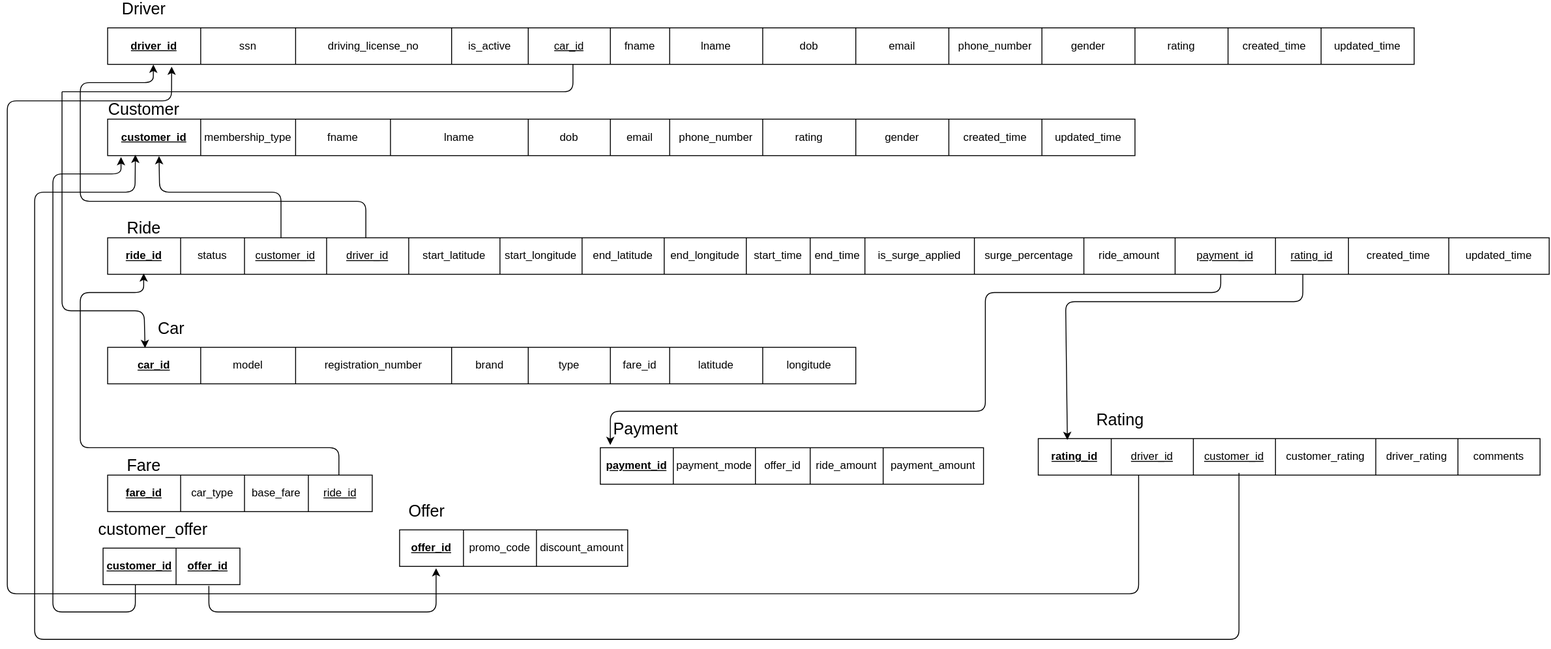
Before: ER Schema.svg, a diagram exported from draw.io (NandhiniPeriyasamy13/Uber-backend-database-design). Source tidied: cells renumbered, new cells last; positions are measured from the earlier drawing's top-left corner, leaving out a move shared by most shapes.
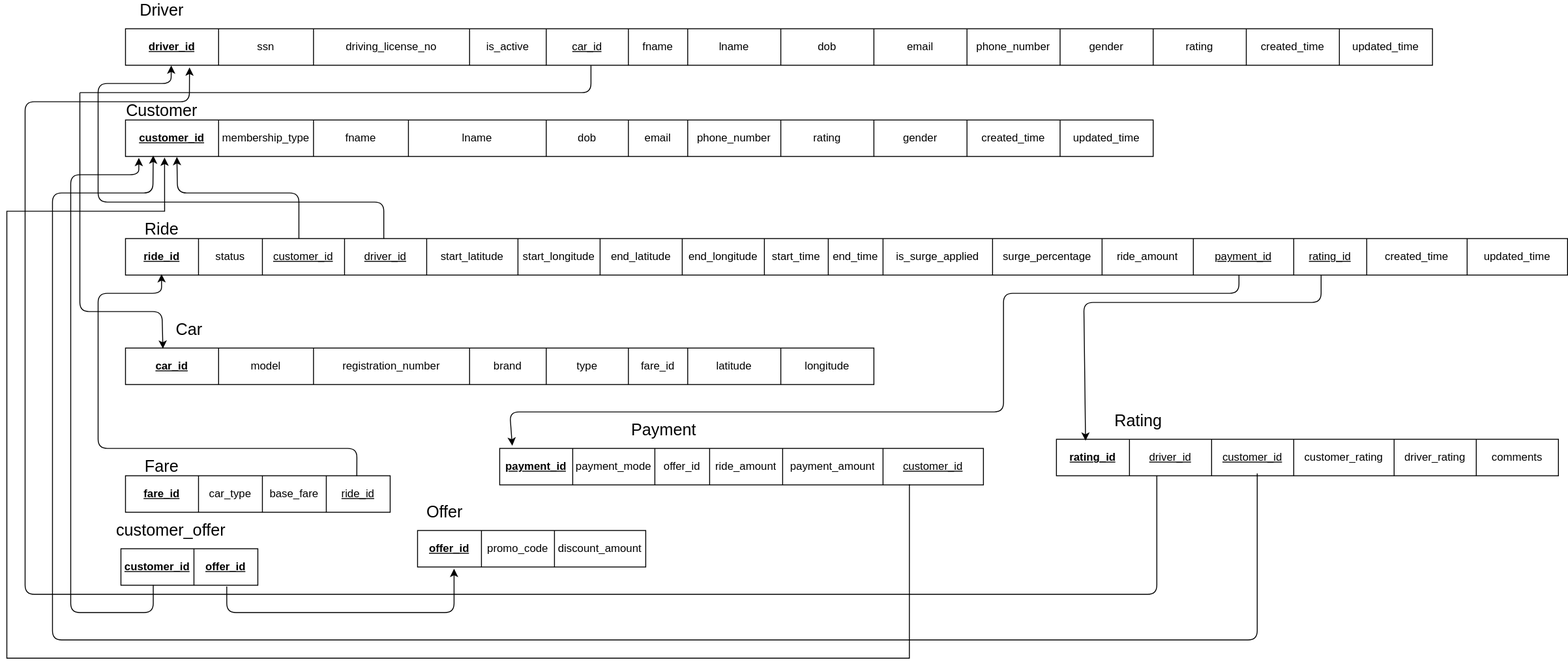
After the commit.

What changed in the source:
```diff
@@ -210,10 +210,10 @@
       <mxGeometry x="150" width="100" height="40" as="geometry" />
     </mxCell>
     <mxCell id="71" style="shape=table;html=1;whiteSpace=wrap;startSize=0;" parent="1" vertex="1">
-      <mxGeometry x="650" y="490" width="420" height="40" as="geometry" />
+      <mxGeometry x="520" y="490" width="530" height="40" as="geometry" />
     </mxCell>
     <mxCell id="72" style="shape=partialRectangle;html=1;whiteSpace=wrap;fillColor=none;top=0;left=0;bottom=0;right=0;points=[[0,0.5],[1,0.5]];portConstraint=eastwest;" parent="71" vertex="1">
-      <mxGeometry width="420" height="40" as="geometry" />
+      <mxGeometry width="530" height="40" as="geometry" />
     </mxCell>
     <mxCell id="73" value="&lt;u&gt;&lt;b&gt;payment_id&lt;/b&gt;&lt;/u&gt;" style="shape=partialRectangle;html=1;whiteSpace=wrap;fillColor=none;top=0;left=0;bottom=0;right=0;overflow=hidden;" parent="72" vertex="1">
       <mxGeometry width="80" height="40" as="geometry" />
@@ -230,6 +230,9 @@
     <mxCell id="77" value="payment_amount" style="shape=partialRectangle;html=1;whiteSpace=wrap;fillColor=none;top=0;left=0;bottom=0;right=0;overflow=hidden;" parent="72" vertex="1">
       <mxGeometry x="310" width="110" height="40" as="geometry" />
     </mxCell>
+    <mxCell id="110" value="&lt;u&gt;customer_id&lt;/u&gt;" style="shape=partialRectangle;html=1;whiteSpace=wrap;fillColor=none;top=0;left=0;bottom=0;right=0;overflow=hidden;" parent="72" vertex="1">
+      <mxGeometry x="420" width="110" height="40" as="geometry" />
+    </mxCell>
     <mxCell id="78" style="shape=table;html=1;whiteSpace=wrap;startSize=0;" parent="1" vertex="1">
       <mxGeometry x="1130" y="480" width="550" height="40" as="geometry" />
     </mxCell>
@@ -339,7 +342,7 @@
           <mxPoint x="1330" y="320" />
           <mxPoint x="1072" y="320" />
           <mxPoint x="1072" y="450" />
-          <mxPoint x="661" y="450" />
+          <mxPoint x="531" y="450" />
         </Array>
       </mxGeometry>
     </mxCell>
@@ -412,5 +415,15 @@
     <mxCell id="109" value="&lt;font style=&quot;font-size: 18px&quot;&gt;Offer&lt;/font&gt;" style="text;html=1;strokeColor=none;fillColor=none;align=center;verticalAlign=middle;whiteSpace=wrap;rounded=0;" parent="1" vertex="1">
       <mxGeometry x="430" y="550" width="60" height="20" as="geometry" />
     </mxCell>
+    <mxCell id="111" style="endArrow=classic;html=1;rounded=0;edgeStyle=orthogonalEdgeStyle;exitX=0.847;exitY=0.979;exitDx=0;exitDy=0;exitPerimeter=0;entryX=0.038;entryY=1.031;entryDx=0;entryDy=0;entryPerimeter=0;" parent="1" edge="1" source="72" target="19">
+      <mxGeometry relative="1" as="geometry">
+        <Array as="points">
+          <mxPoint x="969" y="720" />
+          <mxPoint x="-20" y="720" />
+          <mxPoint x="-20" y="230" />
+          <mxPoint x="153" y="230" />
+        </Array>
+      </mxGeometry>
+    </mxCell>
   </root>
 </mxGraphModel>
```
